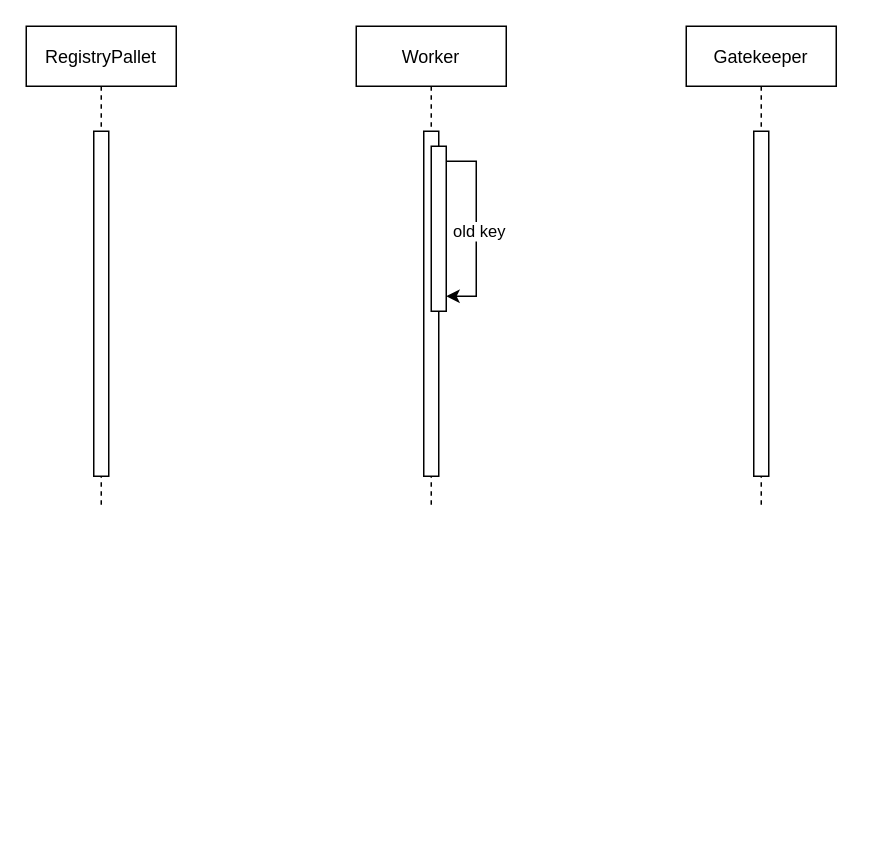
shelvenzhou/drawio-diagrams keeps this draw.io diagram as page "key rotation" (2 of 2) of master-key-provision.drawio. Above is the earlier version. Source tidied: cells renumbered, new cells numbered last; positions are measured from the earlier drawing's top-left corner, leaving out a move shared by most shapes. Both pictures are drawn from the tidied source at 150%, with x=0, y=0 at pixel (26, 26).
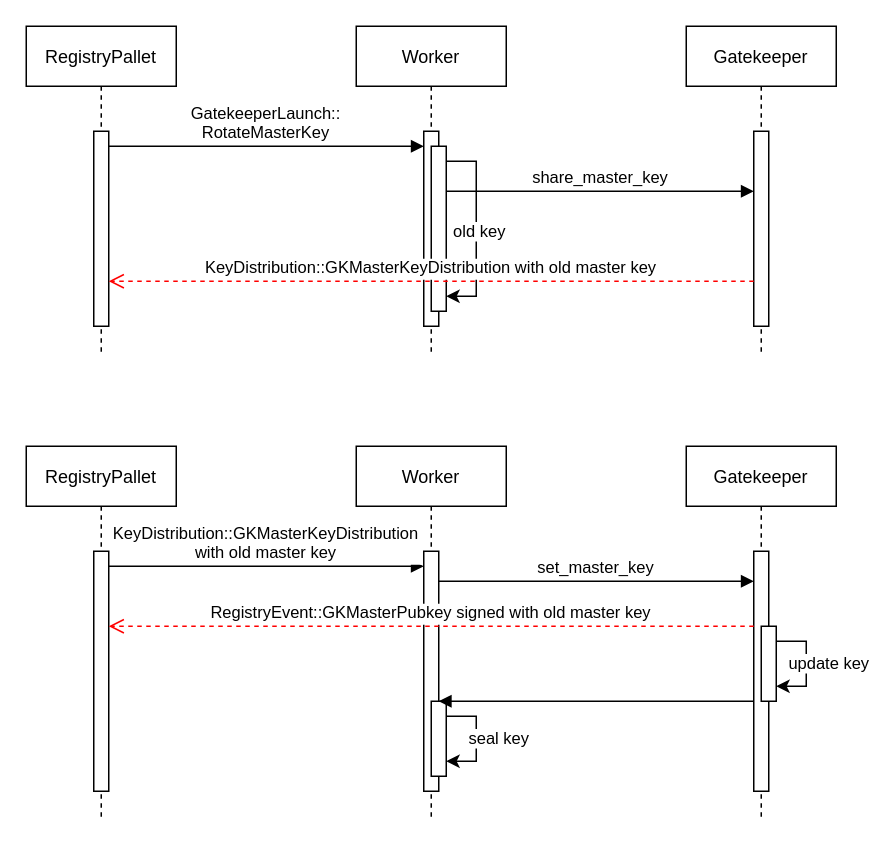
The same diagram, later.

Commit message:
add key rotation design

Change to the diagram source:
```diff
@@
     <mxCell id="2" value="RegistryPallet" style="shape=umlLifeline;perimeter=lifelinePerimeter;rounded=0;shadow=0;strokeWidth=1;" parent="1" vertex="1">
-      <mxGeometry width="100" height="320" as="geometry" />
+      <mxGeometry width="100" height="220" as="geometry" />
     </mxCell>
     <mxCell id="3" style="points=[];perimeter=orthogonalPerimeter;rounded=0;shadow=0;strokeWidth=1;" parent="2" vertex="1">
-      <mxGeometry x="45" y="70" width="10" height="230" as="geometry" />
+      <mxGeometry x="45" y="70" width="10" height="130" as="geometry" />
     </mxCell>
     <mxCell id="4" value="Worker" style="shape=umlLifeline;perimeter=lifelinePerimeter;rounded=0;shadow=0;strokeWidth=1;" parent="1" vertex="1">
-      <mxGeometry x="220" width="100" height="320" as="geometry" />
+      <mxGeometry x="220" width="100" height="220" as="geometry" />
     </mxCell>
     <mxCell id="5" style="points=[];perimeter=orthogonalPerimeter;rounded=0;shadow=0;strokeWidth=1;" parent="4" vertex="1">
-      <mxGeometry x="45" y="70" width="10" height="230" as="geometry" />
+      <mxGeometry x="45" y="70" width="10" height="130" as="geometry" />
     </mxCell>
     <mxCell id="6" value="Gatekeeper" style="shape=umlLifeline;perimeter=lifelinePerimeter;rounded=0;shadow=0;strokeWidth=1;" parent="1" vertex="1">
-      <mxGeometry x="440" width="100" height="320" as="geometry" />
+      <mxGeometry x="440" width="100" height="220" as="geometry" />
     </mxCell>
     <mxCell id="7" style="points=[];perimeter=orthogonalPerimeter;rounded=0;shadow=0;strokeWidth=1;" parent="6" vertex="1">
-      <mxGeometry x="45" y="70" width="10" height="230" as="geometry" />
+      <mxGeometry x="45" y="70" width="10" height="130" as="geometry" />
     </mxCell>
@@
+    <mxCell id="11" value="GatekeeperLaunch::&#10;RotateMasterKey" style="verticalAlign=bottom;endArrow=block;shadow=0;strokeWidth=1;" parent="1" edge="1" source="3" target="5">
+      <mxGeometry relative="1" as="geometry">
+        <Array as="points">
+          <mxPoint x="200" y="80" />
+        </Array>
+      </mxGeometry>
+    </mxCell>
+    <mxCell id="12" value="share_master_key" style="verticalAlign=bottom;endArrow=block;shadow=0;strokeWidth=1;" parent="1" edge="1">
+      <mxGeometry relative="1" as="geometry">
+        <mxPoint x="280" y="110" as="sourcePoint" />
+        <mxPoint x="485" y="110" as="targetPoint" />
+      </mxGeometry>
+    </mxCell>
+    <mxCell id="13" value="KeyDistribution::GKMasterKeyDistribution with old master key" style="verticalAlign=bottom;endArrow=open;dashed=1;endSize=8;shadow=0;strokeWidth=1;fillColor=#FF0000;strokeColor=#FF0000;" parent="1" edge="1" source="7" target="3">
+      <mxGeometry relative="1" as="geometry">
+        <Array as="points">
+          <mxPoint x="330" y="170" />
+        </Array>
+      </mxGeometry>
+    </mxCell>
+    <mxCell id="14" value="RegistryPallet" style="shape=umlLifeline;perimeter=lifelinePerimeter;rounded=0;shadow=0;strokeWidth=1;" parent="1" vertex="1">
+      <mxGeometry y="280" width="100" height="250" as="geometry" />
+    </mxCell>
+    <mxCell id="15" style="points=[];perimeter=orthogonalPerimeter;rounded=0;shadow=0;strokeWidth=1;" parent="14" vertex="1">
+      <mxGeometry x="45" y="70" width="10" height="160" as="geometry" />
+    </mxCell>
+    <mxCell id="16" value="Worker" style="shape=umlLifeline;perimeter=lifelinePerimeter;rounded=0;shadow=0;strokeWidth=1;" parent="1" vertex="1">
+      <mxGeometry x="220" y="280" width="100" height="250" as="geometry" />
+    </mxCell>
+    <mxCell id="17" style="points=[];perimeter=orthogonalPerimeter;rounded=0;shadow=0;strokeWidth=1;" parent="16" vertex="1">
+      <mxGeometry x="45" y="70" width="10" height="160" as="geometry" />
+    </mxCell>
+    <mxCell id="18" style="points=[];perimeter=orthogonalPerimeter;rounded=0;shadow=0;strokeWidth=1;" parent="16" vertex="1">
+      <mxGeometry x="50" y="170" width="10" height="50" as="geometry" />
+    </mxCell>
+    <mxCell id="19" style="edgeStyle=orthogonalEdgeStyle;rounded=0;orthogonalLoop=1;jettySize=auto;html=1;" parent="16" edge="1" source="18" target="18">
+      <mxGeometry relative="1" as="geometry">
+        <Array as="points">
+          <mxPoint x="80" y="180" />
+          <mxPoint x="80" y="210" />
+        </Array>
+      </mxGeometry>
+    </mxCell>
+    <mxCell id="20" value="seal key" style="edgeLabel;html=1;align=center;verticalAlign=middle;" parent="19" vertex="1">
+      <mxGeometry x="0.01" y="1" relative="1" as="geometry">
+        <mxPoint x="13" y="-1" as="offset" />
+      </mxGeometry>
+    </mxCell>
+    <mxCell id="21" value="Gatekeeper" style="shape=umlLifeline;perimeter=lifelinePerimeter;rounded=0;shadow=0;strokeWidth=1;" parent="1" vertex="1">
+      <mxGeometry x="440" y="280" width="100" height="250" as="geometry" />
+    </mxCell>
+    <mxCell id="22" style="points=[];perimeter=orthogonalPerimeter;rounded=0;shadow=0;strokeWidth=1;" parent="21" vertex="1">
+      <mxGeometry x="45" y="70" width="10" height="160" as="geometry" />
+    </mxCell>
+    <mxCell id="23" style="points=[];perimeter=orthogonalPerimeter;rounded=0;shadow=0;strokeWidth=1;" parent="21" vertex="1">
+      <mxGeometry x="50" y="120" width="10" height="50" as="geometry" />
+    </mxCell>
+    <mxCell id="24" style="edgeStyle=orthogonalEdgeStyle;rounded=0;orthogonalLoop=1;jettySize=auto;html=1;" parent="21" edge="1" source="23" target="23">
+      <mxGeometry relative="1" as="geometry">
+        <Array as="points">
+          <mxPoint x="80" y="130" />
+          <mxPoint x="80" y="160" />
+        </Array>
+      </mxGeometry>
+    </mxCell>
+    <mxCell id="25" value="update key" style="edgeLabel;html=1;align=center;verticalAlign=middle;" parent="24" vertex="1">
+      <mxGeometry x="0.01" y="1" relative="1" as="geometry">
+        <mxPoint x="13" y="-1" as="offset" />
+      </mxGeometry>
+    </mxCell>
+    <mxCell id="26" value="set_master_key" style="verticalAlign=bottom;endArrow=block;shadow=0;strokeWidth=1;" parent="1" edge="1" source="17" target="22">
+      <mxGeometry relative="1" as="geometry">
+        <Array as="points">
+          <mxPoint x="390" y="370" />
+        </Array>
+      </mxGeometry>
+    </mxCell>
+    <mxCell id="27" value="KeyDistribution::GKMasterKeyDistribution&#10;with old master key" style="verticalAlign=bottom;endArrow=block;shadow=0;strokeWidth=1;" parent="1" edge="1" source="15" target="17">
+      <mxGeometry relative="1" as="geometry">
+        <Array as="points">
+          <mxPoint x="195" y="360" />
+        </Array>
+      </mxGeometry>
+    </mxCell>
+    <mxCell id="28" value="RegistryEvent::GKMasterPubkey signed with old master key" style="verticalAlign=bottom;endArrow=open;dashed=1;endSize=8;shadow=0;strokeWidth=1;fillColor=#FF0000;strokeColor=#FF0000;" parent="1" edge="1" source="22" target="15">
+      <mxGeometry relative="1" as="geometry">
+        <Array as="points">
+          <mxPoint x="330" y="400" />
+        </Array>
+      </mxGeometry>
+    </mxCell>
+    <mxCell id="29" style="verticalAlign=bottom;endArrow=block;shadow=0;strokeWidth=1;" parent="1" edge="1" source="22" target="17">
+      <mxGeometry relative="1" as="geometry">
+        <Array as="points">
+          <mxPoint x="400" y="450" />
+        </Array>
+      </mxGeometry>
+    </mxCell>
```
